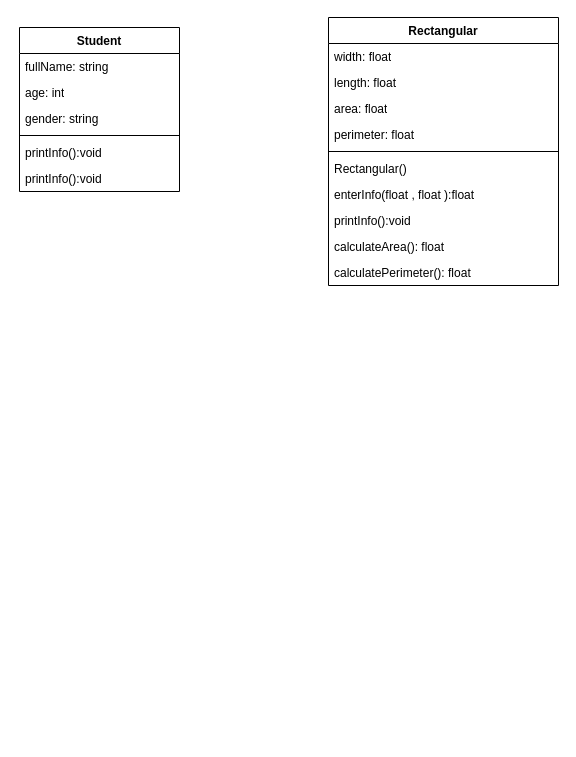
thaispkt/java_course_demo keeps this draw.io diagram as Class_UML.drawio. Above is the earlier version. Source tidied: cells renumbered, new cells numbered last; positions are measured from the earlier drawing's top-left corner, leaving out a move shared by most shapes. Both pictures are drawn from the tidied source at 100%, with x=0, y=0 at pixel (19, 17).
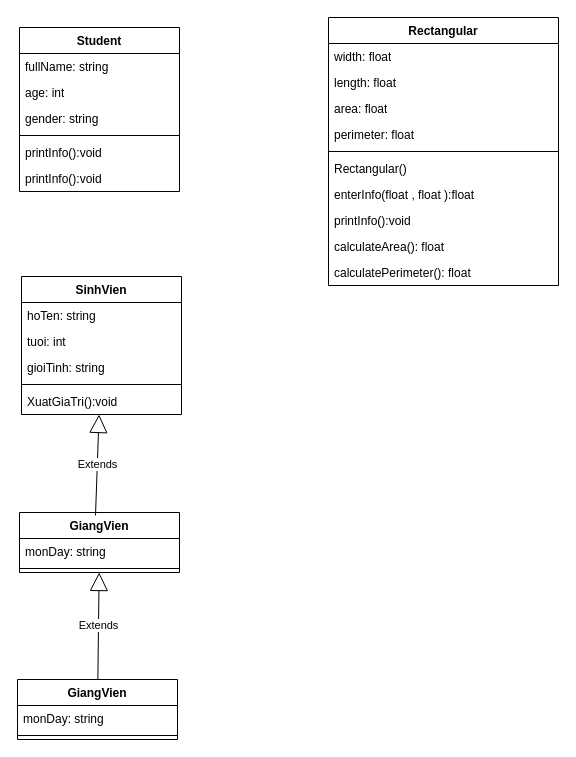
Above is the later version.

Diff of the diagram source:
```diff
@@
+    <mxCell id="20" value="SinhVien" style="swimlane;fontStyle=1;align=center;verticalAlign=top;horizontal=1;startSize=26;whiteSpace=wrap;html=1;" parent="1" vertex="1">
+      <mxGeometry x="2" y="259" width="160" height="138" as="geometry" />
+    </mxCell>
+    <mxCell id="21" value="hoTen: string" style="text;strokeColor=none;fillColor=none;align=left;verticalAlign=top;spacingLeft=4;spacingRight=4;overflow=hidden;whiteSpace=wrap;html=1;" parent="20" vertex="1">
+      <mxGeometry y="26" width="160" height="26" as="geometry" />
+    </mxCell>
+    <mxCell id="22" value="tuoi: int" style="text;strokeColor=none;fillColor=none;align=left;verticalAlign=top;spacingLeft=4;spacingRight=4;overflow=hidden;whiteSpace=wrap;html=1;" parent="20" vertex="1">
+      <mxGeometry y="52" width="160" height="26" as="geometry" />
+    </mxCell>
+    <mxCell id="23" value="gioiTinh: string" style="text;strokeColor=none;fillColor=none;align=left;verticalAlign=top;spacingLeft=4;spacingRight=4;overflow=hidden;whiteSpace=wrap;html=1;" parent="20" vertex="1">
+      <mxGeometry y="78" width="160" height="26" as="geometry" />
+    </mxCell>
+    <mxCell id="24" style="line;strokeWidth=1;fillColor=none;align=left;verticalAlign=middle;spacingTop=-1;spacingLeft=3;spacingRight=3;labelPosition=right;strokeColor=inherit;" parent="20" vertex="1">
+      <mxGeometry y="104" width="160" height="8" as="geometry" />
+    </mxCell>
+    <mxCell id="25" value="XuatGiaTri():void" style="text;strokeColor=none;fillColor=none;align=left;verticalAlign=top;spacingLeft=4;spacingRight=4;overflow=hidden;whiteSpace=wrap;html=1;" parent="20" vertex="1">
+      <mxGeometry y="112" width="160" height="26" as="geometry" />
+    </mxCell>
+    <mxCell id="26" value="GiangVien" style="swimlane;fontStyle=1;align=center;verticalAlign=top;horizontal=1;startSize=26;whiteSpace=wrap;html=1;" parent="1" vertex="1">
+      <mxGeometry y="495" width="160" height="60" as="geometry" />
+    </mxCell>
+    <mxCell id="27" value="Extends" style="endArrow=block;endSize=16;endFill=0;html=1;rounded=0;" parent="26" edge="1" target="20">
+      <mxGeometry relative="1" as="geometry">
+        <mxPoint x="76" y="3" as="sourcePoint" />
+      </mxGeometry>
+    </mxCell>
+    <mxCell id="28" value="monDay: string" style="text;strokeColor=none;fillColor=none;align=left;verticalAlign=top;spacingLeft=4;spacingRight=4;overflow=hidden;whiteSpace=wrap;html=1;" parent="26" vertex="1">
+      <mxGeometry y="26" width="160" height="26" as="geometry" />
+    </mxCell>
+    <mxCell id="29" style="line;strokeWidth=1;fillColor=none;align=left;verticalAlign=middle;spacingTop=-1;spacingLeft=3;spacingRight=3;labelPosition=right;strokeColor=inherit;" parent="26" vertex="1">
+      <mxGeometry y="52" width="160" height="8" as="geometry" />
+    </mxCell>
+    <mxCell id="30" value="GiangVien" style="swimlane;fontStyle=1;align=center;verticalAlign=top;horizontal=1;startSize=26;whiteSpace=wrap;html=1;" parent="1" vertex="1">
+      <mxGeometry x="-2" y="662" width="160" height="60" as="geometry" />
+    </mxCell>
+    <mxCell id="31" value="monDay: string" style="text;strokeColor=none;fillColor=none;align=left;verticalAlign=top;spacingLeft=4;spacingRight=4;overflow=hidden;whiteSpace=wrap;html=1;" parent="30" vertex="1">
+      <mxGeometry y="26" width="160" height="26" as="geometry" />
+    </mxCell>
+    <mxCell id="32" style="line;strokeWidth=1;fillColor=none;align=left;verticalAlign=middle;spacingTop=-1;spacingLeft=3;spacingRight=3;labelPosition=right;strokeColor=inherit;" parent="30" vertex="1">
+      <mxGeometry y="52" width="160" height="8" as="geometry" />
+    </mxCell>
+    <mxCell id="33" value="Extends" style="endArrow=block;endSize=16;endFill=0;html=1;rounded=0;" parent="1" edge="1" source="30" target="26">
+      <mxGeometry relative="1" as="geometry" />
+    </mxCell>
```
